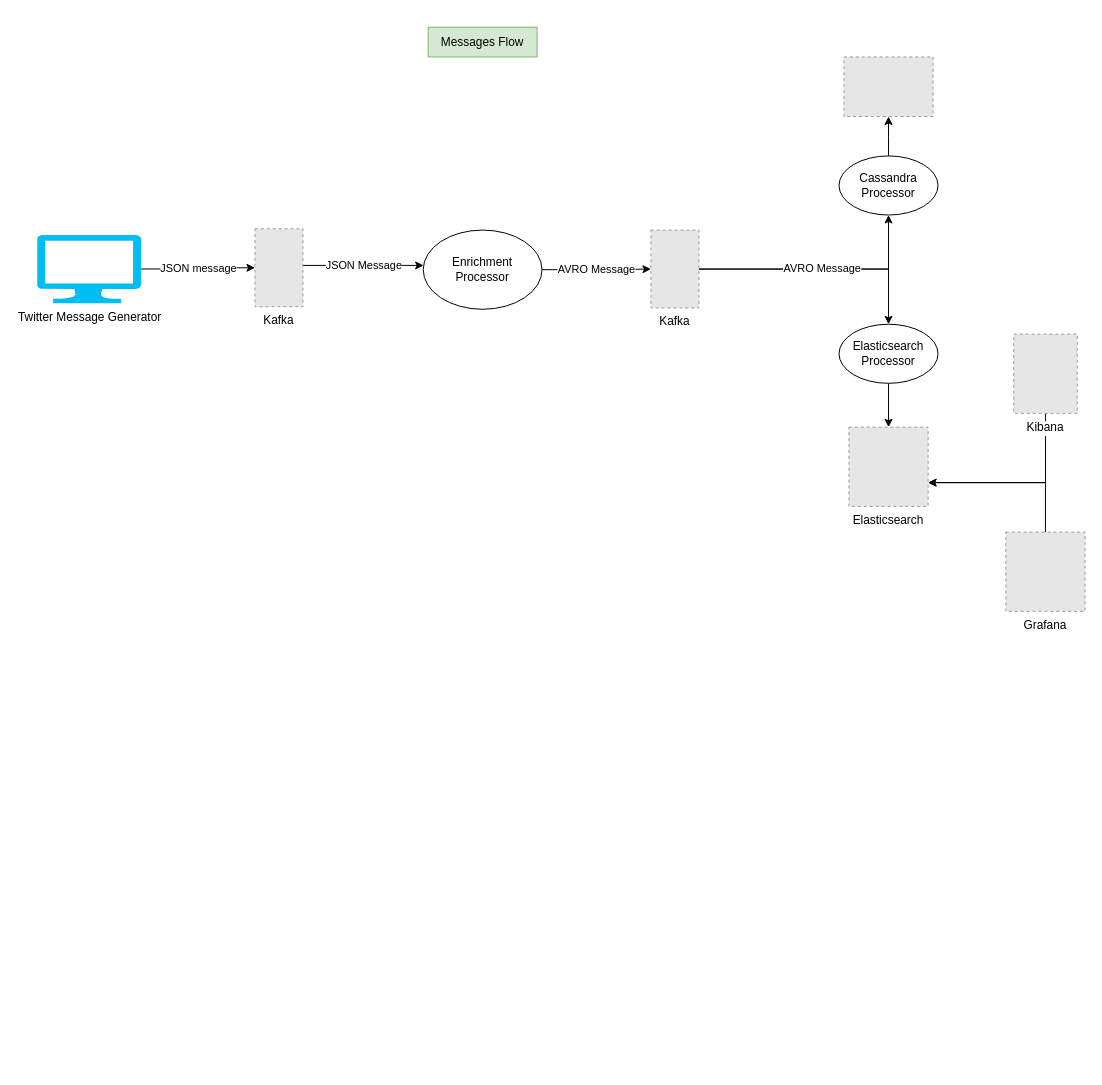
Before: src/main/resources/diagram/messages_flow.drawio in skatz1990/messaging_pipeline, a draw.io diagram. Source tidied: cells renumbered, new cells numbered last; positions are measured from the earlier drawing's top-left corner, leaving out a move shared by most shapes. Both pictures are drawn from the tidied source at 99%, with x=0, y=0 at pixel (37, 27). Pictures stored in the file or linked from it are replaced by grey dashed boxes.
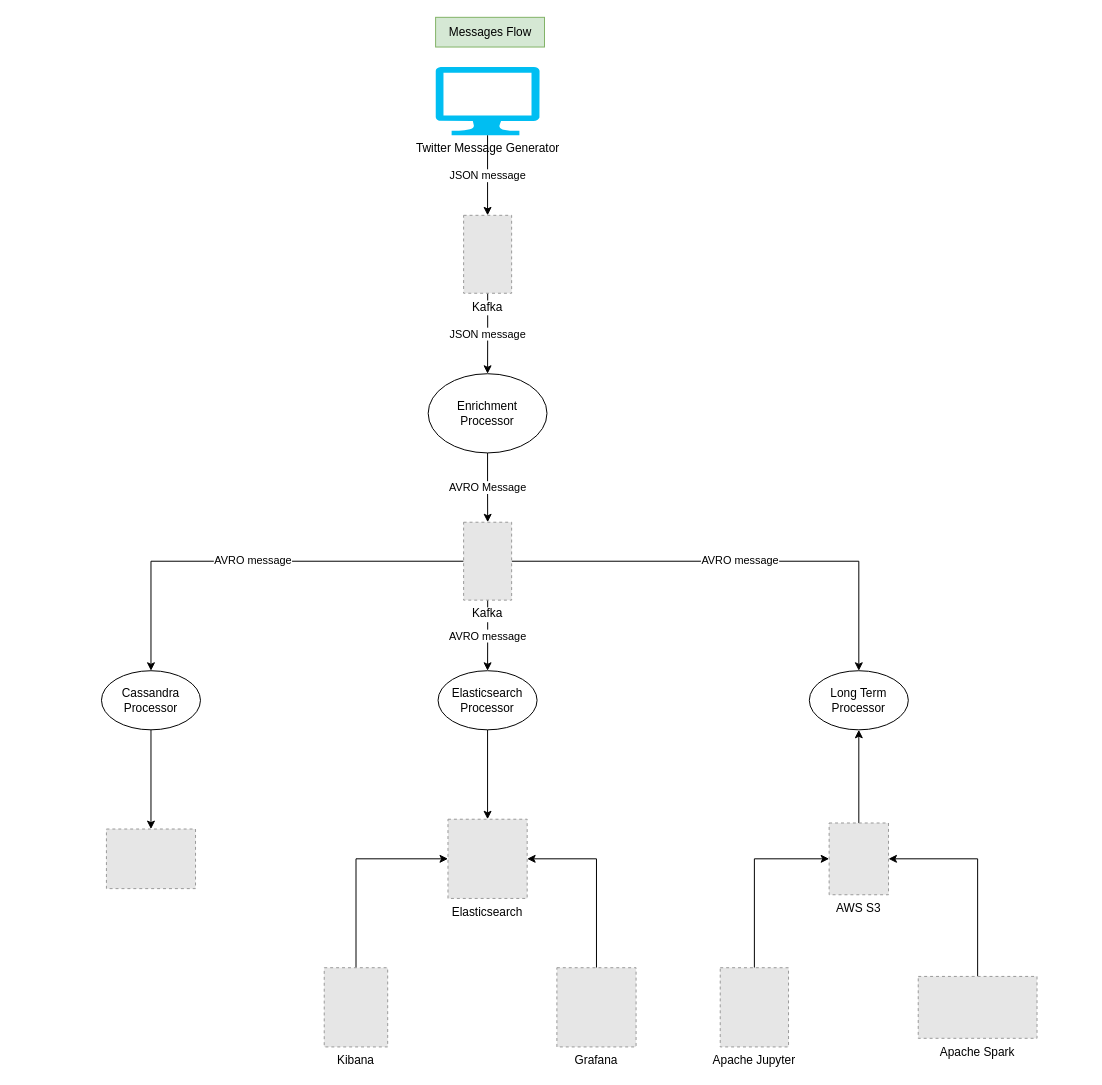
The same page after the edit.

Change to the diagram source:
```diff
@@
-    <mxCell id="2" value="JSON Message" style="edgeStyle=orthogonalEdgeStyle;rounded=0;jettySize=auto;html=1;" parent="1" edge="1" source="3" target="11">
-      <mxGeometry relative="1" as="geometry">
-        <Array as="points">
-          <mxPoint x="360" y="240.6" />
-          <mxPoint x="360" y="240.6" />
-        </Array>
-      </mxGeometry>
+    <mxCell id="2" value="JSON message" style="edgeStyle=orthogonalEdgeStyle;rounded=0;jettySize=auto;html=1;" parent="1" edge="1" source="3" target="11">
+      <mxGeometry relative="1" as="geometry" />
     </mxCell>
     <mxCell id="3" value="Kafka" style="fillColor=#E6E6E6;strokeColor=#999999;dashed=1;verticalLabelPosition=bottom;labelBackgroundColor=#ffffff;verticalAlign=top;" parent="1" vertex="1">
-      <mxGeometry x="220" y="203.6" width="48.5" height="78.7" as="geometry" />
+      <mxGeometry x="430.8" y="190" width="48.5" height="78.7" as="geometry" />
     </mxCell>
     <mxCell id="4" value="JSON message" style="edgeStyle=orthogonalEdgeStyle;rounded=0;jettySize=auto;html=1;" parent="1" edge="1" source="5" target="3">
-      <mxGeometry relative="1" as="geometry" />
+      <mxGeometry relative="1" as="geometry">
+        <Array as="points">
+          <mxPoint x="455" y="259" />
+        </Array>
+      </mxGeometry>
     </mxCell>
     <mxCell id="5" value="Twitter Message Generator" style="verticalLabelPosition=bottom;html=1;verticalAlign=top;align=center;strokeColor=none;fillColor=#00BEF2;shape=mxgraph.azure.computer;" parent="1" vertex="1">
-      <mxGeometry y="209.7" width="105" height="69" as="geometry" />
+      <mxGeometry x="402.5" y="40" width="105" height="69" as="geometry" />
     </mxCell>
     <mxCell id="6" style="fillColor=#E6E6E6;strokeColor=#999999;dashed=1;verticalLabelPosition=bottom;labelBackgroundColor=#ffffff;verticalAlign=top;" parent="1" vertex="1">
-      <mxGeometry x="815" y="30" width="90" height="60.2" as="geometry" />
+      <mxGeometry x="70" y="809.9" width="90" height="60.2" as="geometry" />
     </mxCell>
     <mxCell id="7" value="Elasticsearch" style="fillColor=#E6E6E6;strokeColor=#999999;dashed=1;verticalLabelPosition=bottom;labelBackgroundColor=#ffffff;verticalAlign=top;" parent="1" vertex="1">
-      <mxGeometry x="820" y="404" width="80" height="80" as="geometry" />
+      <mxGeometry x="415" y="800" width="80" height="80" as="geometry" />
     </mxCell>
     <mxCell id="8" style="edgeStyle=orthogonalEdgeStyle;rounded=0;jettySize=auto;html=1;" parent="1" edge="1" source="9" target="7">
       <mxGeometry relative="1" as="geometry">
         <Array as="points">
-          <mxPoint x="1019" y="460" />
+          <mxPoint x="322" y="840" />
         </Array>
       </mxGeometry>
     </mxCell>
     <mxCell id="9" value="Kibana" style="fillColor=#E6E6E6;strokeColor=#999999;dashed=1;verticalLabelPosition=bottom;labelBackgroundColor=#ffffff;verticalAlign=top;" parent="1" vertex="1">
-      <mxGeometry x="986.5" y="310" width="64.1" height="80" as="geometry" />
+      <mxGeometry x="290" y="950" width="64.1" height="80" as="geometry" />
     </mxCell>
@@
     <mxCell id="11" value="Enrichment Processor" style="ellipse;whiteSpace=wrap;html=1;" parent="1" vertex="1">
-      <mxGeometry x="390" y="204.9" width="120" height="80" as="geometry" />
+      <mxGeometry x="395" y="350" width="120" height="80" as="geometry" />
     </mxCell>
-    <mxCell id="12" style="edgeStyle=orthogonalEdgeStyle;rounded=0;jettySize=auto;html=1;" parent="1" edge="1" source="14" target="19">
+    <mxCell id="12" value="AVRO message" style="edgeStyle=orthogonalEdgeStyle;rounded=0;jettySize=auto;html=1;" parent="1" edge="1" source="14" target="19">
       <mxGeometry relative="1" as="geometry" />
     </mxCell>
-    <mxCell id="13" value="AVRO Message" style="edgeStyle=orthogonalEdgeStyle;rounded=0;jettySize=auto;html=1;" parent="1" edge="1" source="14" target="21">
-      <mxGeometry relative="1" as="geometry">
-        <Array as="points">
-          <mxPoint x="860" y="244" />
-        </Array>
-      </mxGeometry>
+    <mxCell id="13" value="AVRO message" style="edgeStyle=orthogonalEdgeStyle;rounded=0;jettySize=auto;html=1;" parent="1" edge="1" source="14" target="21">
+      <mxGeometry relative="1" as="geometry" />
     </mxCell>
+    <mxCell id="22" value="AVRO message" style="edgeStyle=orthogonalEdgeStyle;rounded=0;jettySize=auto;html=1;" parent="1" edge="1" source="14" target="23">
+      <mxGeometry relative="1" as="geometry" />
+    </mxCell>
     <mxCell id="14" value="Kafka" style="fillColor=#E6E6E6;strokeColor=#999999;dashed=1;verticalLabelPosition=bottom;labelBackgroundColor=#ffffff;verticalAlign=top;" parent="1" vertex="1">
-      <mxGeometry x="620" y="204.9" width="48.5" height="78.7" as="geometry" />
+      <mxGeometry x="430.8" y="500" width="48.5" height="78.7" as="geometry" />
     </mxCell>
     <mxCell id="15" value="Messages Flow" style="text;html=1;strokeColor=#82b366;fillColor=#d5e8d4;align=center;verticalAlign=middle;whiteSpace=wrap;rounded=0;" parent="1" vertex="1">
-      <mxGeometry x="395" width="110" height="30" as="geometry" />
+      <mxGeometry x="402.5" y="-10" width="110" height="30" as="geometry" />
     </mxCell>
     <mxCell id="16" style="edgeStyle=orthogonalEdgeStyle;rounded=0;jettySize=auto;html=1;" parent="1" edge="1" source="17" target="7">
       <mxGeometry relative="1" as="geometry">
         <Array as="points">
-          <mxPoint x="1019" y="460" />
+          <mxPoint x="565" y="840" />
         </Array>
       </mxGeometry>
     </mxCell>
     <mxCell id="17" value="Grafana" style="fillColor=#E6E6E6;strokeColor=#999999;dashed=1;verticalLabelPosition=bottom;labelBackgroundColor=#ffffff;verticalAlign=top;" parent="1" vertex="1">
-      <mxGeometry x="978.5" y="510" width="80" height="80" as="geometry" />
+      <mxGeometry x="525" y="950" width="80" height="80" as="geometry" />
     </mxCell>
@@
     <mxCell id="19" value="Cassandra Processor" style="ellipse;whiteSpace=wrap;html=1;" parent="1" vertex="1">
-      <mxGeometry x="810" y="130" width="100" height="59.7" as="geometry" />
+      <mxGeometry x="65" y="650" width="100" height="59.7" as="geometry" />
     </mxCell>
@@
     <mxCell id="21" value="Elasticsearch Processor" style="ellipse;whiteSpace=wrap;html=1;" parent="1" vertex="1">
-      <mxGeometry x="810" y="300" width="100" height="59.7" as="geometry" />
+      <mxGeometry x="405" y="650" width="100" height="59.7" as="geometry" />
     </mxCell>
+    <mxCell id="23" value="Long Term Processor" style="ellipse;whiteSpace=wrap;html=1;" parent="1" vertex="1">
+      <mxGeometry x="780" y="650" width="100" height="59.7" as="geometry" />
+    </mxCell>
+    <mxCell id="24" style="edgeStyle=orthogonalEdgeStyle;rounded=0;jettySize=auto;html=1;" parent="1" edge="1" source="25" target="27">
+      <mxGeometry relative="1" as="geometry">
+        <Array as="points">
+          <mxPoint x="725" y="840" />
+        </Array>
+      </mxGeometry>
+    </mxCell>
+    <mxCell id="25" value="Apache Jupyter" style="fillColor=#E6E6E6;strokeColor=#999999;dashed=1;verticalLabelPosition=bottom;labelBackgroundColor=#ffffff;verticalAlign=top;" parent="1" vertex="1">
+      <mxGeometry x="690" y="950" width="69" height="80" as="geometry" />
+    </mxCell>
+    <mxCell id="26" style="edgeStyle=orthogonalEdgeStyle;rounded=0;jettySize=auto;html=1;" parent="1" edge="1" source="27" target="23">
+      <mxGeometry relative="1" as="geometry" />
+    </mxCell>
+    <mxCell id="27" value="AWS S3" style="fillColor=#E6E6E6;strokeColor=#999999;dashed=1;verticalLabelPosition=bottom;labelBackgroundColor=#ffffff;verticalAlign=top;" parent="1" vertex="1">
+      <mxGeometry x="800" y="803.8" width="60" height="72.5" as="geometry" />
+    </mxCell>
+    <mxCell id="28" style="edgeStyle=orthogonalEdgeStyle;rounded=0;jettySize=auto;html=1;" parent="1" edge="1" source="29" target="27">
+      <mxGeometry relative="1" as="geometry">
+        <Array as="points">
+          <mxPoint x="950" y="840" />
+        </Array>
+      </mxGeometry>
+    </mxCell>
+    <mxCell id="29" value="Apache Spark" style="fillColor=#E6E6E6;strokeColor=#999999;dashed=1;verticalLabelPosition=bottom;labelBackgroundColor=#ffffff;verticalAlign=top;" parent="1" vertex="1">
+      <mxGeometry x="890" y="958.8" width="120" height="62.5" as="geometry" />
+    </mxCell>
```
